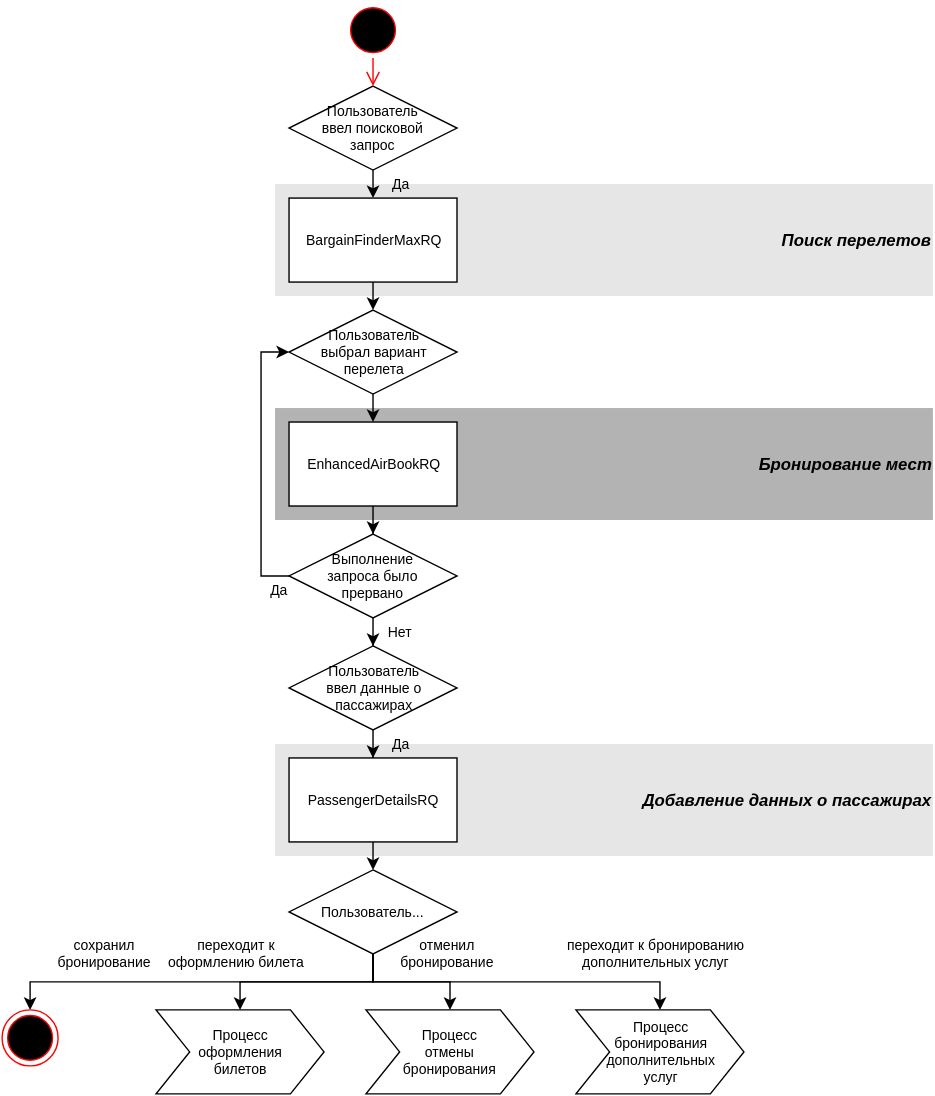
andreypolyak/sabre-apis-ru keeps this draw.io diagram as assets/svg/Search&Create Booking/[RU]Search&Create Booking[NoWPA][NoWPNC]-3.svg. Above is the earlier version. Source tidied: cells renumbered, new cells last; positions are measured from the earlier drawing's top-left corner, leaving out a move shared by most shapes.
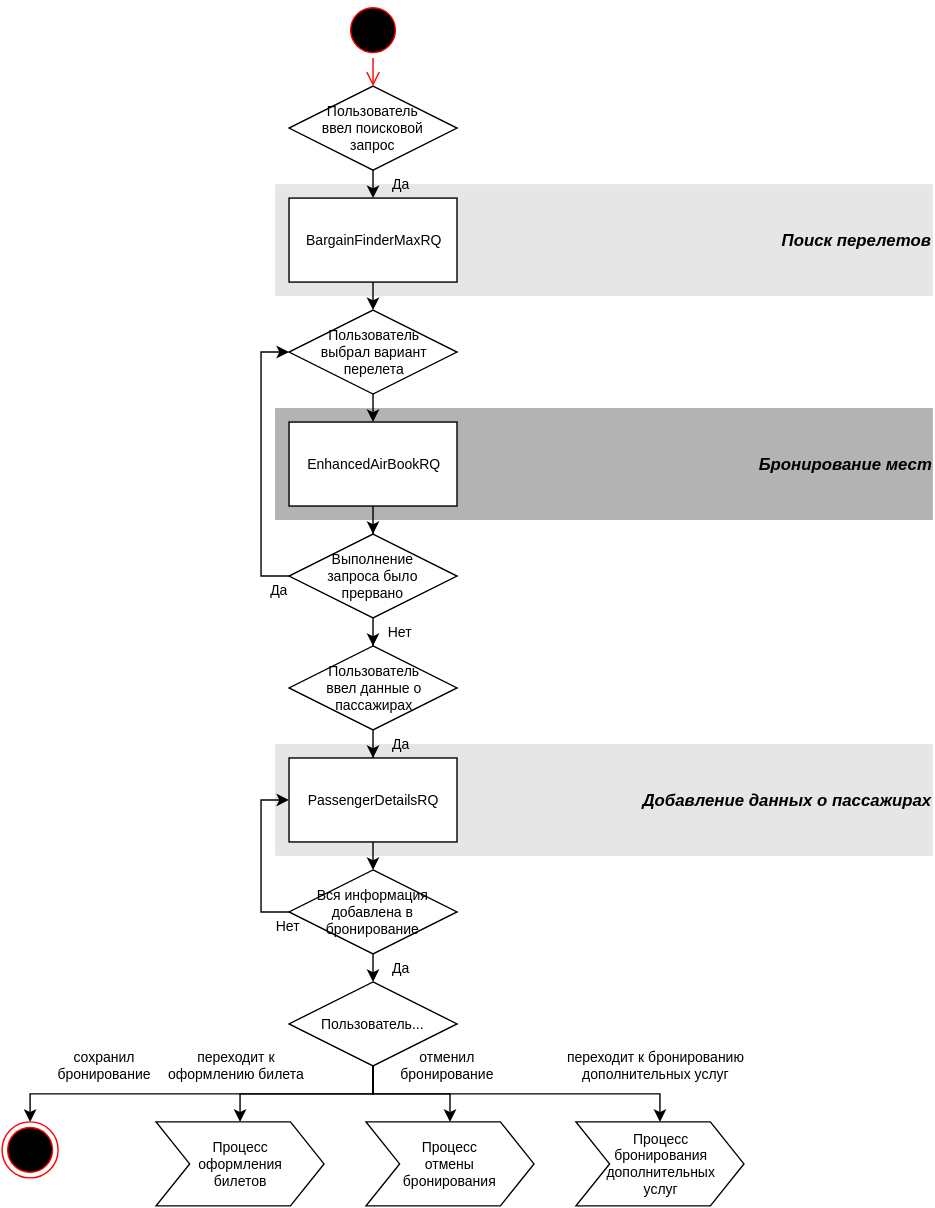
After the commit.

Change to the diagram source:
```diff
@@ -66,65 +66,84 @@
     <mxCell id="20" style="edgeStyle=orthogonalEdgeStyle;html=1;verticalAlign=bottom;endArrow=open;endSize=8;strokeColor=#ff0000;fontSize=10;" parent="1" edge="1" source="19" target="16">
       <mxGeometry relative="1" as="geometry" />
     </mxCell>
-    <mxCell id="21" style="edgeStyle=orthogonalEdgeStyle;rounded=0;html=1;entryX=0.5;entryY=0;jettySize=auto;orthogonalLoop=1;exitX=0.5;exitY=1;fontSize=10;" parent="1" edge="1">
-      <mxGeometry x="360" y="720" as="geometry">
-        <mxPoint x="265" y="600" as="sourcePoint" />
-        <mxPoint x="265" y="620" as="targetPoint" />
-      </mxGeometry>
-    </mxCell>
     <mxCell id="22" value="отменил&lt;div&gt;бронирование&lt;/div&gt;" style="edgeStyle=orthogonalEdgeStyle;rounded=0;html=1;jettySize=auto;fontSize=10;entryX=0.5;entryY=0;exitX=0.5;exitY=1;" parent="1" edge="1" source="25">
-      <mxGeometry as="geometry">
-        <mxPoint x="320" y="720" as="targetPoint" />
+      <mxGeometry y="80" as="geometry">
+        <mxPoint x="320" y="800" as="targetPoint" />
         <Array as="points">
-          <mxPoint x="265" y="700" />
-          <mxPoint x="320" y="700" />
+          <mxPoint x="265" y="780" />
+          <mxPoint x="320" y="780" />
         </Array>
         <mxPoint x="28" y="-20" as="offset" />
       </mxGeometry>
     </mxCell>
     <mxCell id="23" value="сохранил&lt;div&gt;бронирование&lt;/div&gt;" style="edgeStyle=orthogonalEdgeStyle;rounded=0;html=1;exitX=0.5;exitY=1;jettySize=auto;fontSize=10;entryX=0.5;entryY=0;entryPerimeter=0;" parent="1" edge="1" source="25">
-      <mxGeometry as="geometry">
-        <mxPoint x="20" y="720" as="targetPoint" />
+      <mxGeometry y="80" as="geometry">
+        <mxPoint x="20" y="800" as="targetPoint" />
         <Array as="points">
-          <mxPoint x="265" y="700" />
-          <mxPoint x="20" y="700" />
+          <mxPoint x="265" y="780" />
+          <mxPoint x="20" y="780" />
         </Array>
         <mxPoint x="-67" y="-20" as="offset" />
       </mxGeometry>
     </mxCell>
     <mxCell id="24" value="переходит к бронированию&lt;div&gt;дополнительных услуг&lt;/div&gt;" style="edgeStyle=orthogonalEdgeStyle;rounded=0;html=1;exitX=0.5;exitY=1;jettySize=auto;fontSize=10;" parent="1" edge="1" source="25" target="30">
-      <mxGeometry as="geometry">
+      <mxGeometry y="80" as="geometry">
         <Array as="points">
-          <mxPoint x="265" y="700" />
-          <mxPoint x="470" y="700" />
+          <mxPoint x="265" y="780" />
+          <mxPoint x="470" y="780" />
         </Array>
         <mxPoint x="103" y="-20" as="offset" />
       </mxGeometry>
     </mxCell>
     <mxCell id="25" value="Пользователь..." style="rhombus;whiteSpace=wrap;html=1;rounded=0;fontSize=10;" parent="1" vertex="1">
-      <mxGeometry x="205" y="620" width="120" height="60" as="geometry" />
+      <mxGeometry x="205" y="700" width="120" height="60" as="geometry" />
     </mxCell>
     <mxCell id="26" value="&lt;div style=&quot;text-align: center&quot;&gt;Процесс&lt;/div&gt;&lt;div style=&quot;text-align: center&quot;&gt;оформления&lt;/div&gt;&lt;div style=&quot;text-align: center&quot;&gt;билетов&lt;/div&gt;" style="shape=step;whiteSpace=wrap;html=1;rounded=0;fontSize=10;align=center;" parent="1" vertex="1">
-      <mxGeometry x="110" y="720" width="120" height="60" as="geometry" />
+      <mxGeometry x="110" y="800" width="120" height="60" as="geometry" />
     </mxCell>
     <mxCell id="27" value="&lt;div style=&quot;text-align: center&quot;&gt;Процесс&lt;/div&gt;&lt;div style=&quot;text-align: center&quot;&gt;отмены&lt;/div&gt;&lt;div style=&quot;text-align: center&quot;&gt;бронирования&lt;/div&gt;" style="shape=step;whiteSpace=wrap;html=1;rounded=0;fontSize=10;align=center;" parent="1" vertex="1">
-      <mxGeometry x="260" y="720" width="120" height="60" as="geometry" />
+      <mxGeometry x="260" y="800" width="120" height="60" as="geometry" />
     </mxCell>
     <mxCell id="28" style="ellipse;html=1;shape=endState;fillColor=#000000;strokeColor=#ff0000;rounded=0;fontSize=10;align=center;" parent="1" vertex="1">
-      <mxGeometry y="720" width="40" height="40" as="geometry" />
+      <mxGeometry y="800" width="40" height="40" as="geometry" />
     </mxCell>
     <mxCell id="29" value="переходит к&lt;div&gt;&lt;span style=&quot;line-height: 1.2&quot;&gt;оформлению билета&lt;/span&gt;&lt;/div&gt;" style="edgeStyle=orthogonalEdgeStyle;rounded=0;html=1;exitX=0.5;exitY=1;entryX=0.5;entryY=0;jettySize=auto;fontSize=10;" parent="1" edge="1" source="25">
-      <mxGeometry as="geometry">
-        <mxPoint x="170" y="720" as="targetPoint" />
+      <mxGeometry y="80" as="geometry">
+        <mxPoint x="170" y="800" as="targetPoint" />
         <Array as="points">
-          <mxPoint x="265" y="700" />
-          <mxPoint x="170" y="700" />
+          <mxPoint x="265" y="780" />
+          <mxPoint x="170" y="780" />
         </Array>
         <mxPoint x="-47" y="-20" as="offset" />
       </mxGeometry>
     </mxCell>
     <mxCell id="30" value="Процесс&lt;div&gt;бронирования&lt;/div&gt;&lt;div&gt;дополнительных&lt;/div&gt;&lt;div&gt;услуг&lt;/div&gt;" style="shape=step;whiteSpace=wrap;html=1;rounded=0;fontSize=10;align=center;" parent="1" vertex="1">
-      <mxGeometry x="410" y="720" width="120" height="60" as="geometry" />
+      <mxGeometry x="410" y="800" width="120" height="60" as="geometry" />
     </mxCell>
+    <mxCell id="31" value="Да" style="edgeStyle=orthogonalEdgeStyle;rounded=0;html=1;entryX=0.5;entryY=0;jettySize=auto;orthogonalLoop=1;exitX=0.5;exitY=1;fontSize=10;" parent="1" edge="1">
+      <mxGeometry as="geometry">
+        <mxPoint x="265" y="680" as="sourcePoint" />
+        <mxPoint x="265" y="700" as="targetPoint" />
+        <mxPoint x="20" as="offset" />
+      </mxGeometry>
+    </mxCell>
+    <mxCell id="32" style="edgeStyle=orthogonalEdgeStyle;rounded=0;html=1;exitX=0.5;exitY=1;entryX=0.5;entryY=0;labelBackgroundColor=none;jettySize=auto;fontSize=10;" parent="1" edge="1" target="34">
+      <mxGeometry x="360" y="720" as="geometry">
+        <mxPoint x="265" y="600" as="sourcePoint" />
+      </mxGeometry>
+    </mxCell>
+    <mxCell id="33" value="Нет" style="edgeStyle=orthogonalEdgeStyle;rounded=0;html=1;exitX=0;exitY=0.5;entryX=0;entryY=0.5;labelBackgroundColor=none;jettySize=auto;fontSize=10;" parent="1" edge="1" source="34">
+      <mxGeometry as="geometry">
+        <mxPoint x="205" y="570" as="targetPoint" />
+        <Array as="points">
+          <mxPoint x="185" y="650" />
+          <mxPoint x="185" y="570" />
+        </Array>
+        <mxPoint y="50" as="offset" />
+      </mxGeometry>
+    </mxCell>
+    <mxCell id="34" value="Вся информация&lt;div&gt;добавлена в бронирование&lt;/div&gt;" style="rhombus;whiteSpace=wrap;html=1;rounded=0;fontSize=10;" parent="1" vertex="1">
+      <mxGeometry x="205" y="620" width="120" height="60" as="geometry" />
+    </mxCell>
   </root>
 </mxGraphModel>
```
